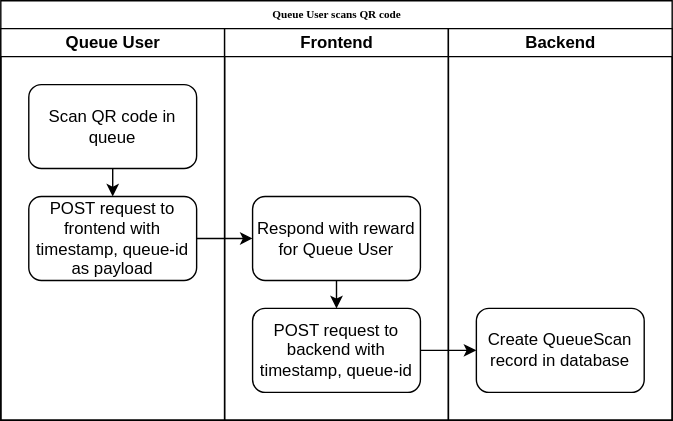
This is doc/queue_user_activity_diagram.drawio.svg from christerng/gdrd, a draw.io export, as it was before one commit. Source tidied: cells renumbered, new cells last; positions are measured from the earlier drawing's top-left corner, leaving out a move shared by most shapes.
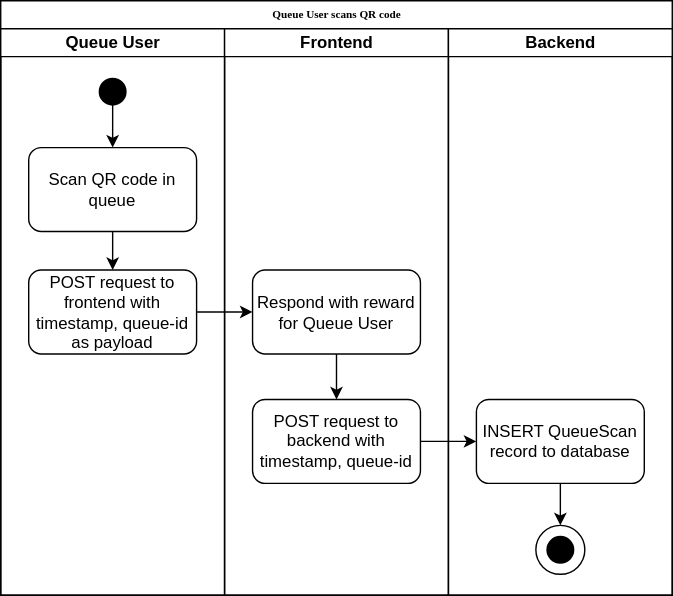
After the change.

Commit message:
doc: update `Queue User` activity diagram

Diff of the diagram source:
```diff
@@ -3,48 +3,66 @@
     <mxCell id="0" />
     <mxCell id="1" parent="0" />
     <mxCell id="2" value="Queue User scans QR code" style="swimlane;html=1;startSize=20;rounded=0;shadow=0;labelBackgroundColor=none;strokeWidth=1;fontFamily=Verdana;fontSize=8;align=center;" parent="1" vertex="1">
-      <mxGeometry width="480" height="300" as="geometry" />
+      <mxGeometry width="480" height="425" as="geometry" />
     </mxCell>
+    <mxCell id="7" style="edgeStyle=orthogonalEdgeStyle;rounded=1;html=1;labelBackgroundColor=none;startArrow=none;startFill=0;startSize=5;endArrow=classicThin;endFill=1;endSize=5;jettySize=auto;orthogonalLoop=1;strokeWidth=1;fontFamily=Verdana;fontSize=8;" parent="2" edge="1">
+      <mxGeometry relative="1" as="geometry">
+        <mxPoint x="120" y="115" as="sourcePoint" />
+      </mxGeometry>
+    </mxCell>
     <mxCell id="3" value="Queue User" style="swimlane;html=1;startSize=20;" parent="2" vertex="1">
-      <mxGeometry y="20" width="160" height="280" as="geometry" />
+      <mxGeometry y="20" width="160" height="405" as="geometry" />
     </mxCell>
     <mxCell id="4" style="edgeStyle=none;html=1;" parent="3" edge="1" source="5" target="6">
       <mxGeometry relative="1" as="geometry" />
     </mxCell>
     <mxCell id="5" value="Scan QR code in queue" style="rounded=1;whiteSpace=wrap;html=1;" parent="3" vertex="1">
-      <mxGeometry x="20" y="40" width="120" height="60" as="geometry" />
+      <mxGeometry x="20" y="85" width="120" height="60" as="geometry" />
     </mxCell>
     <mxCell id="6" value="POST request to frontend with timestamp, queue-id as payload" style="rounded=1;whiteSpace=wrap;html=1;" parent="3" vertex="1">
-      <mxGeometry x="20" y="120" width="120" height="60" as="geometry" />
+      <mxGeometry x="20" y="172.5" width="120" height="60" as="geometry" />
     </mxCell>
-    <mxCell id="7" style="edgeStyle=orthogonalEdgeStyle;rounded=1;html=1;labelBackgroundColor=none;startArrow=none;startFill=0;startSize=5;endArrow=classicThin;endFill=1;endSize=5;jettySize=auto;orthogonalLoop=1;strokeWidth=1;fontFamily=Verdana;fontSize=8;" parent="2" edge="1">
-      <mxGeometry relative="1" as="geometry">
-        <mxPoint x="120" y="115" as="sourcePoint" />
-      </mxGeometry>
-    </mxCell>
+    <mxCell id="16" style="shape=waypoint;sketch=0;fillStyle=solid;size=6;points=[];fillColor=none;perimeter=centerPerimeter;snapToPoint=1;strokeWidth=8;" parent="3" vertex="1">
+      <mxGeometry x="70" y="35" width="20" height="20" as="geometry" />
+    </mxCell>
+    <mxCell id="17" style="endArrow=classic;html=1;exitX=0.35;exitY=1;exitDx=0;exitDy=0;exitPerimeter=0;entryX=0.5;entryY=0;entryDx=0;entryDy=0;" parent="3" edge="1" source="16" target="5">
+      <mxGeometry relative="1" as="geometry" />
+    </mxCell>
     <mxCell id="8" value="Frontend" style="swimlane;html=1;startSize=20;" parent="2" vertex="1">
-      <mxGeometry x="160" y="20" width="160" height="280" as="geometry" />
+      <mxGeometry x="160" y="20" width="160" height="405" as="geometry" />
     </mxCell>
     <mxCell id="9" style="edgeStyle=none;html=1;" parent="8" edge="1" source="10" target="11">
       <mxGeometry relative="1" as="geometry" />
     </mxCell>
     <mxCell id="10" value="Respond with reward for Queue User" style="rounded=1;whiteSpace=wrap;html=1;" parent="8" vertex="1">
-      <mxGeometry x="20" y="120" width="120" height="60" as="geometry" />
+      <mxGeometry x="20" y="172.5" width="120" height="60" as="geometry" />
     </mxCell>
     <mxCell id="11" value="POST request to backend with timestamp, queue-id" style="rounded=1;whiteSpace=wrap;html=1;" parent="8" vertex="1">
-      <mxGeometry x="20" y="200" width="120" height="60" as="geometry" />
+      <mxGeometry x="20" y="265" width="120" height="60" as="geometry" />
     </mxCell>
+    <mxCell id="14" style="edgeStyle=none;html=1;" parent="2" edge="1" source="6" target="10">
+      <mxGeometry relative="1" as="geometry" />
+    </mxCell>
+    <mxCell id="15" style="edgeStyle=none;html=1;" parent="2" edge="1" source="11" target="13">
+      <mxGeometry relative="1" as="geometry" />
+    </mxCell>
     <mxCell id="12" value="Backend" style="swimlane;html=1;startSize=20;" parent="2" vertex="1">
-      <mxGeometry x="320" y="20" width="160" height="280" as="geometry" />
+      <mxGeometry x="320" y="20" width="160" height="405" as="geometry" />
     </mxCell>
-    <mxCell id="13" value="Create QueueScan record in database" style="rounded=1;whiteSpace=wrap;html=1;" parent="12" vertex="1">
-      <mxGeometry x="20" y="200" width="120" height="60" as="geometry" />
+    <mxCell id="13" value="INSERT QueueScan record to database" style="rounded=1;whiteSpace=wrap;html=1;" parent="12" vertex="1">
+      <mxGeometry x="20" y="265" width="120" height="60" as="geometry" />
     </mxCell>
-    <mxCell id="14" style="edgeStyle=none;html=1;" parent="2" edge="1" source="6" target="10">
-      <mxGeometry relative="1" as="geometry" />
-    </mxCell>
-    <mxCell id="15" style="edgeStyle=none;html=1;" parent="2" edge="1" source="11" target="13">
-      <mxGeometry relative="1" as="geometry" />
-    </mxCell>
+    <mxCell id="18" style="group;" parent="12" vertex="1">
+      <mxGeometry x="62.5" y="355" width="35" height="35" as="geometry" />
+    </mxCell>
+    <mxCell id="19" style="ellipse;whiteSpace=wrap;html=1;strokeWidth=1;" parent="18" vertex="1">
+      <mxGeometry width="35" height="35" as="geometry" />
+    </mxCell>
+    <mxCell id="20" style="shape=waypoint;sketch=0;fillStyle=solid;size=6;fillColor=none;perimeter=centerPerimeter;strokeWidth=8;" parent="18" vertex="1">
+      <mxGeometry x="7.5" y="7.5" width="20" height="20" as="geometry" />
+    </mxCell>
+    <mxCell id="21" style="endArrow=classic;html=1;exitX=0.5;exitY=1;exitDx=0;exitDy=0;entryX=0.5;entryY=0;entryDx=0;entryDy=0;" parent="12" edge="1" source="13" target="19">
+      <mxGeometry relative="1" as="geometry" />
+    </mxCell>
   </root>
 </mxGraphModel>
```
